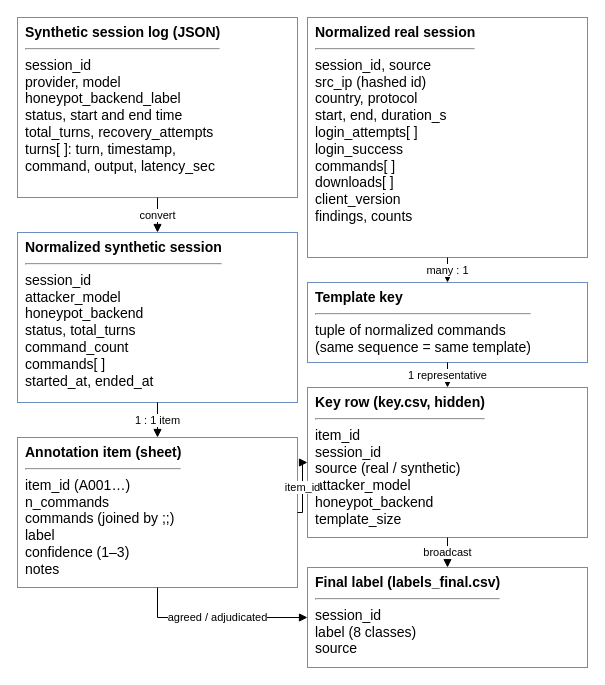
Before: report/diagrams/d13_data_model.drawio in parthkansal823/Honeypot_RedTeaming-paper, a draw.io diagram. Source tidied: cells renumbered, new cells numbered last; positions are measured from the earlier drawing's top-left corner, leaving out a move shared by most shapes. Both pictures are drawn from the tidied source at 100%, with x=0, y=0 at pixel (17, 17).
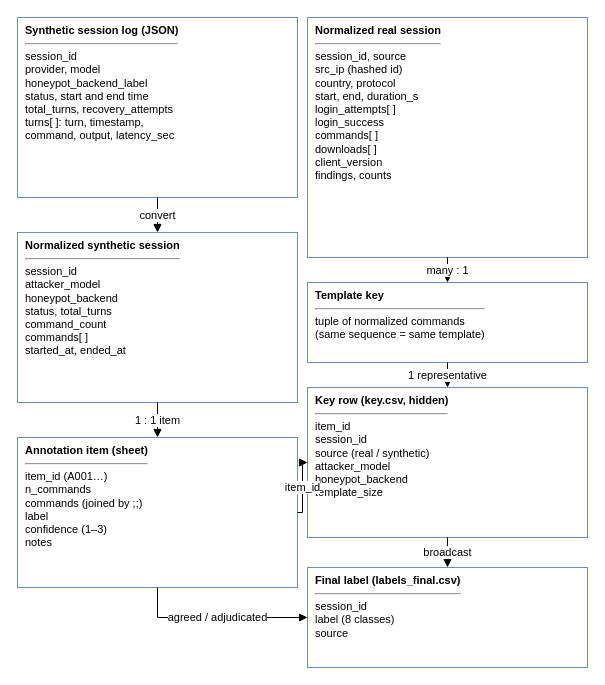
Above is the later version.

The edit, as a diff of the source:
```diff
@@
 <mxGraphModel>
   <root>
     <mxCell id="0" />
     <mxCell id="1" parent="0" />
-    <mxCell id="2" value="&lt;b&gt;Synthetic session log (JSON)&lt;/b&gt;&lt;hr&gt;session_id&lt;br&gt;provider, model&lt;br&gt;honeypot_backend_label&lt;br&gt;status, start and end time&lt;br&gt;total_turns, recovery_attempts&lt;br&gt;turns[ ]: turn, timestamp,&lt;br&gt;   command, output, latency_sec" style="rounded=0;verticalAlign=top;align=left;spacingLeft=6;whiteSpace=wrap;html=1;fillColor=#FFFFFF;strokeColor=#6C8EBF;fontFamily=Arial;fontSize=14;" parent="1" vertex="1">
+    <mxCell id="2" value="&lt;b&gt;Synthetic session log (JSON)&lt;/b&gt;&lt;hr&gt;session_id&lt;br&gt;provider, model&lt;br&gt;honeypot_backend_label&lt;br&gt;status, start and end time&lt;br&gt;total_turns, recovery_attempts&lt;br&gt;turns[ ]: turn, timestamp,&lt;br&gt;   command, output, latency_sec" style="rounded=0;verticalAlign=top;align=left;spacingLeft=6;whiteSpace=wrap;html=1;fillColor=#FFFFFF;strokeColor=#6C8EBF;fontFamily=Arial;fontSize=11;" parent="1" vertex="1">
       <mxGeometry width="280" height="180" as="geometry" />
     </mxCell>
-    <mxCell id="3" value="&lt;b&gt;Normalized synthetic session&lt;/b&gt;&lt;hr&gt;session_id&lt;br&gt;attacker_model&lt;br&gt;honeypot_backend&lt;br&gt;status, total_turns&lt;br&gt;command_count&lt;br&gt;commands[ ]&lt;br&gt;started_at, ended_at" style="rounded=0;verticalAlign=top;align=left;spacingLeft=6;whiteSpace=wrap;html=1;fillColor=#FFFFFF;strokeColor=#6C8EBF;fontFamily=Arial;fontSize=14;" parent="1" vertex="1">
+    <mxCell id="3" value="&lt;b&gt;Normalized synthetic session&lt;/b&gt;&lt;hr&gt;session_id&lt;br&gt;attacker_model&lt;br&gt;honeypot_backend&lt;br&gt;status, total_turns&lt;br&gt;command_count&lt;br&gt;commands[ ]&lt;br&gt;started_at, ended_at" style="rounded=0;verticalAlign=top;align=left;spacingLeft=6;whiteSpace=wrap;html=1;fillColor=#FFFFFF;strokeColor=#6C8EBF;fontFamily=Arial;fontSize=11;" parent="1" vertex="1">
       <mxGeometry y="215" width="280" height="170" as="geometry" />
     </mxCell>
-    <mxCell id="4" value="&lt;b&gt;Annotation item (sheet)&lt;/b&gt;&lt;hr&gt;item_id (A001…)&lt;br&gt;n_commands&lt;br&gt;commands (joined by ;;)&lt;br&gt;label&lt;br&gt;confidence (1–3)&lt;br&gt;notes" style="rounded=0;verticalAlign=top;align=left;spacingLeft=6;whiteSpace=wrap;html=1;fillColor=#FFFFFF;strokeColor=#6C8EBF;fontFamily=Arial;fontSize=14;" parent="1" vertex="1">
+    <mxCell id="4" value="&lt;b&gt;Annotation item (sheet)&lt;/b&gt;&lt;hr&gt;item_id (A001…)&lt;br&gt;n_commands&lt;br&gt;commands (joined by ;;)&lt;br&gt;label&lt;br&gt;confidence (1–3)&lt;br&gt;notes" style="rounded=0;verticalAlign=top;align=left;spacingLeft=6;whiteSpace=wrap;html=1;fillColor=#FFFFFF;strokeColor=#6C8EBF;fontFamily=Arial;fontSize=11;" parent="1" vertex="1">
       <mxGeometry y="420" width="280" height="150" as="geometry" />
     </mxCell>
-    <mxCell id="5" value="&lt;b&gt;Normalized real session&lt;/b&gt;&lt;hr&gt;session_id, source&lt;br&gt;src_ip (hashed id)&lt;br&gt;country, protocol&lt;br&gt;start, end, duration_s&lt;br&gt;login_attempts[ ]&lt;br&gt;login_success&lt;br&gt;commands[ ]&lt;br&gt;downloads[ ]&lt;br&gt;client_version&lt;br&gt;findings, counts" style="rounded=0;verticalAlign=top;align=left;spacingLeft=6;whiteSpace=wrap;html=1;fillColor=#FFFFFF;strokeColor=#6C8EBF;fontFamily=Arial;fontSize=14;" parent="1" vertex="1">
+    <mxCell id="5" value="&lt;b&gt;Normalized real session&lt;/b&gt;&lt;hr&gt;session_id, source&lt;br&gt;src_ip (hashed id)&lt;br&gt;country, protocol&lt;br&gt;start, end, duration_s&lt;br&gt;login_attempts[ ]&lt;br&gt;login_success&lt;br&gt;commands[ ]&lt;br&gt;downloads[ ]&lt;br&gt;client_version&lt;br&gt;findings, counts" style="rounded=0;verticalAlign=top;align=left;spacingLeft=6;whiteSpace=wrap;html=1;fillColor=#FFFFFF;strokeColor=#6C8EBF;fontFamily=Arial;fontSize=11;" parent="1" vertex="1">
       <mxGeometry x="290" width="280" height="240" as="geometry" />
     </mxCell>
-    <mxCell id="6" value="&lt;b&gt;Template key&lt;/b&gt;&lt;hr&gt;tuple of normalized commands&lt;br&gt;(same sequence = same template)" style="rounded=0;verticalAlign=top;align=left;spacingLeft=6;whiteSpace=wrap;html=1;fillColor=#FFFFFF;strokeColor=#6C8EBF;fontFamily=Arial;fontSize=14;" parent="1" vertex="1">
+    <mxCell id="6" value="&lt;b&gt;Template key&lt;/b&gt;&lt;hr&gt;tuple of normalized commands&lt;br&gt;(same sequence = same template)" style="rounded=0;verticalAlign=top;align=left;spacingLeft=6;whiteSpace=wrap;html=1;fillColor=#FFFFFF;strokeColor=#6C8EBF;fontFamily=Arial;fontSize=11;" parent="1" vertex="1">
       <mxGeometry x="290" y="265" width="280" height="80" as="geometry" />
     </mxCell>
-    <mxCell id="7" value="&lt;b&gt;Key row (key.csv, hidden)&lt;/b&gt;&lt;hr&gt;item_id&lt;br&gt;session_id&lt;br&gt;source (real / synthetic)&lt;br&gt;attacker_model&lt;br&gt;honeypot_backend&lt;br&gt;template_size" style="rounded=0;verticalAlign=top;align=left;spacingLeft=6;whiteSpace=wrap;html=1;fillColor=#FFFFFF;strokeColor=#6C8EBF;fontFamily=Arial;fontSize=14;" parent="1" vertex="1">
+    <mxCell id="7" value="&lt;b&gt;Key row (key.csv, hidden)&lt;/b&gt;&lt;hr&gt;item_id&lt;br&gt;session_id&lt;br&gt;source (real / synthetic)&lt;br&gt;attacker_model&lt;br&gt;honeypot_backend&lt;br&gt;template_size" style="rounded=0;verticalAlign=top;align=left;spacingLeft=6;whiteSpace=wrap;html=1;fillColor=#FFFFFF;strokeColor=#6C8EBF;fontFamily=Arial;fontSize=11;" parent="1" vertex="1">
       <mxGeometry x="290" y="370" width="280" height="150" as="geometry" />
     </mxCell>
-    <mxCell id="8" value="&lt;b&gt;Final label (labels_final.csv)&lt;/b&gt;&lt;hr&gt;session_id&lt;br&gt;label (8 classes)&lt;br&gt;source" style="rounded=0;verticalAlign=top;align=left;spacingLeft=6;whiteSpace=wrap;html=1;fillColor=#FFFFFF;strokeColor=#6C8EBF;fontFamily=Arial;fontSize=14;" parent="1" vertex="1">
+    <mxCell id="8" value="&lt;b&gt;Final label (labels_final.csv)&lt;/b&gt;&lt;hr&gt;session_id&lt;br&gt;label (8 classes)&lt;br&gt;source" style="rounded=0;verticalAlign=top;align=left;spacingLeft=6;whiteSpace=wrap;html=1;fillColor=#FFFFFF;strokeColor=#6C8EBF;fontFamily=Arial;fontSize=11;" parent="1" vertex="1">
       <mxGeometry x="290" y="550" width="280" height="100" as="geometry" />
     </mxCell>
     <mxCell id="9" value="convert" style="edgeStyle=orthogonalEdgeStyle;rounded=0;html=1;endArrow=block;endFill=1;exitX=0.5;exitY=1;exitDx=0;exitDy=0;entryX=0.5;entryY=0;entryDx=0;entryDy=0;fontFamily=Arial;fontSize=11;labelBackgroundColor=#FFFFFF;" parent="1" edge="1" source="2" target="3">
       <mxGeometry relative="1" as="geometry" />
     </mxCell>
     <mxCell id="10" value="1 : 1 item" style="edgeStyle=orthogonalEdgeStyle;rounded=0;html=1;endArrow=block;endFill=1;exitX=0.5;exitY=1;exitDx=0;exitDy=0;entryX=0.5;entryY=0;entryDx=0;entryDy=0;fontFamily=Arial;fontSize=11;labelBackgroundColor=#FFFFFF;" parent="1" edge="1" source="3" target="4">
       <mxGeometry relative="1" as="geometry" />
     </mxCell>
     <mxCell id="11" value="many : 1" style="edgeStyle=orthogonalEdgeStyle;rounded=0;html=1;endArrow=block;endFill=1;exitX=0.5;exitY=1;exitDx=0;exitDy=0;entryX=0.5;entryY=0;entryDx=0;entryDy=0;fontFamily=Arial;fontSize=11;labelBackgroundColor=#FFFFFF;" parent="1" edge="1" source="5" target="6">
       <mxGeometry relative="1" as="geometry" />
     </mxCell>
     <mxCell id="12" value="1 representative" style="edgeStyle=orthogonalEdgeStyle;rounded=0;html=1;endArrow=block;endFill=1;exitX=0.5;exitY=1;exitDx=0;exitDy=0;entryX=0.5;entryY=0;entryDx=0;entryDy=0;fontFamily=Arial;fontSize=11;labelBackgroundColor=#FFFFFF;" parent="1" edge="1" source="6" target="7">
       <mxGeometry relative="1" as="geometry" />
     </mxCell>
     <mxCell id="13" value="item_id" style="edgeStyle=orthogonalEdgeStyle;rounded=0;html=1;endArrow=block;endFill=1;exitX=1;exitY=0.5;exitDx=0;exitDy=0;entryX=0;entryY=0.5;entryDx=0;entryDy=0;fontFamily=Arial;fontSize=11;labelBackgroundColor=#FFFFFF;" parent="1" edge="1" source="4" target="7">
       <mxGeometry relative="1" as="geometry">
         <Array as="points">
           <mxPoint x="285" y="495" />
           <mxPoint x="285" y="445" />
         </Array>
       </mxGeometry>
     </mxCell>
     <mxCell id="14" value="broadcast" style="edgeStyle=orthogonalEdgeStyle;rounded=0;html=1;endArrow=block;endFill=1;exitX=0.5;exitY=1;exitDx=0;exitDy=0;entryX=0.5;entryY=0;entryDx=0;entryDy=0;fontFamily=Arial;fontSize=11;labelBackgroundColor=#FFFFFF;" parent="1" edge="1" source="7" target="8">
       <mxGeometry relative="1" as="geometry" />
     </mxCell>
     <mxCell id="15" value="agreed / adjudicated" style="edgeStyle=orthogonalEdgeStyle;rounded=0;html=1;endArrow=block;endFill=1;exitX=0.5;exitY=1;exitDx=0;exitDy=0;entryX=0;entryY=0.5;entryDx=0;entryDy=0;fontFamily=Arial;fontSize=11;labelBackgroundColor=#FFFFFF;" parent="1" edge="1" source="4" target="8">
       <mxGeometry relative="1" as="geometry">
         <Array as="points">
           <mxPoint x="140" y="600" />
         </Array>
       </mxGeometry>
     </mxCell>
   </root>
 </mxGraphModel>
```
